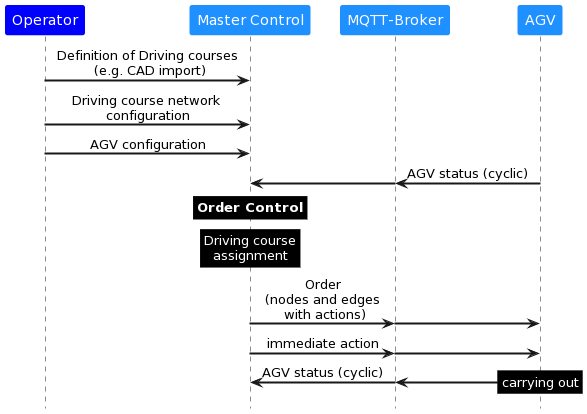
Above: assets/information_flow_VDA5050.png in VDA5050/VDA5050 (PlantUML), before the change. Source of this version:
```plantuml
@startuml
!pragma teoz true
skinparam defaultTextAlignment center
skinparam participantFontColor white
skinparam noteFontColor white
skinparam participantBorderColor None
skinparam ArrowThickness 2
participant Operator #blue
participant "Master Control" #dodgerblue
participant "MQTT-Broker" #dodgerblue
participant AGV #dodgerblue
hide footbox



Operator -> "Master Control": Definition of Driving courses\n (e.g. CAD import)
Operator -> "Master Control": Driving course network \nconfiguration
Operator -> "Master Control": AGV configuration
"MQTT-Broker" <- AGV: AGV status (cyclic)
&"Master Control" <- "MQTT-Broker":

rnote over "Master Control" #black
**Order Control**
endrnote
rnote over "Master Control" #black
Driving course
assignment
endrnote
"Master Control" -> "MQTT-Broker": Order\n(nodes and edges\n with actions)
& "MQTT-Broker" -> AGV
"Master Control" -> "MQTT-Broker": immediate action
& "MQTT-Broker" -> AGV


"Master Control" <- "MQTT-Broker": AGV status (cyclic)
& "MQTT-Broker" <- AGV

&rnote over "AGV" #black
carrying out
endrnote
@enduml
```
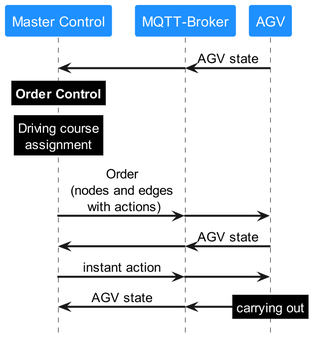
The same diagram one commit later.

What changed in the source:
```diff
@@ -1,11 +1,13 @@
 @startuml
 !pragma teoz true
+skinparam dpi 300
+scale 0.65
 skinparam defaultTextAlignment center
 skinparam participantFontColor white
 skinparam noteFontColor white
 skinparam participantBorderColor None
 skinparam ArrowThickness 2
-participant Operator #blue
+
 participant "Master Control" #dodgerblue
 participant "MQTT-Broker" #dodgerblue
 participant AGV #dodgerblue
@@ -13,10 +15,8 @@
 
 
 
-Operator -> "Master Control": Definition of Driving courses\n (e.g. CAD import)
-Operator -> "Master Control": Driving course network \nconfiguration
-Operator -> "Master Control": AGV configuration
-"MQTT-Broker" <- AGV: AGV status (cyclic)
+
+"MQTT-Broker" <- AGV: AGV state
 &"Master Control" <- "MQTT-Broker":
 
 rnote over "Master Control" #black
@@ -28,14 +28,18 @@
 endrnote
 "Master Control" -> "MQTT-Broker": Order\n(nodes and edges\n with actions)
 & "MQTT-Broker" -> AGV
-"Master Control" -> "MQTT-Broker": immediate action
+"MQTT-Broker" <- AGV: AGV state
+&"Master Control" <- "MQTT-Broker":
+
+"Master Control" -> "MQTT-Broker": instant action
 & "MQTT-Broker" -> AGV
 
 
-"Master Control" <- "MQTT-Broker": AGV status (cyclic)
+"Master Control" <- "MQTT-Broker": AGV state
 & "MQTT-Broker" <- AGV
 
 &rnote over "AGV" #black
 carrying out
 endrnote
+
 @enduml
```
